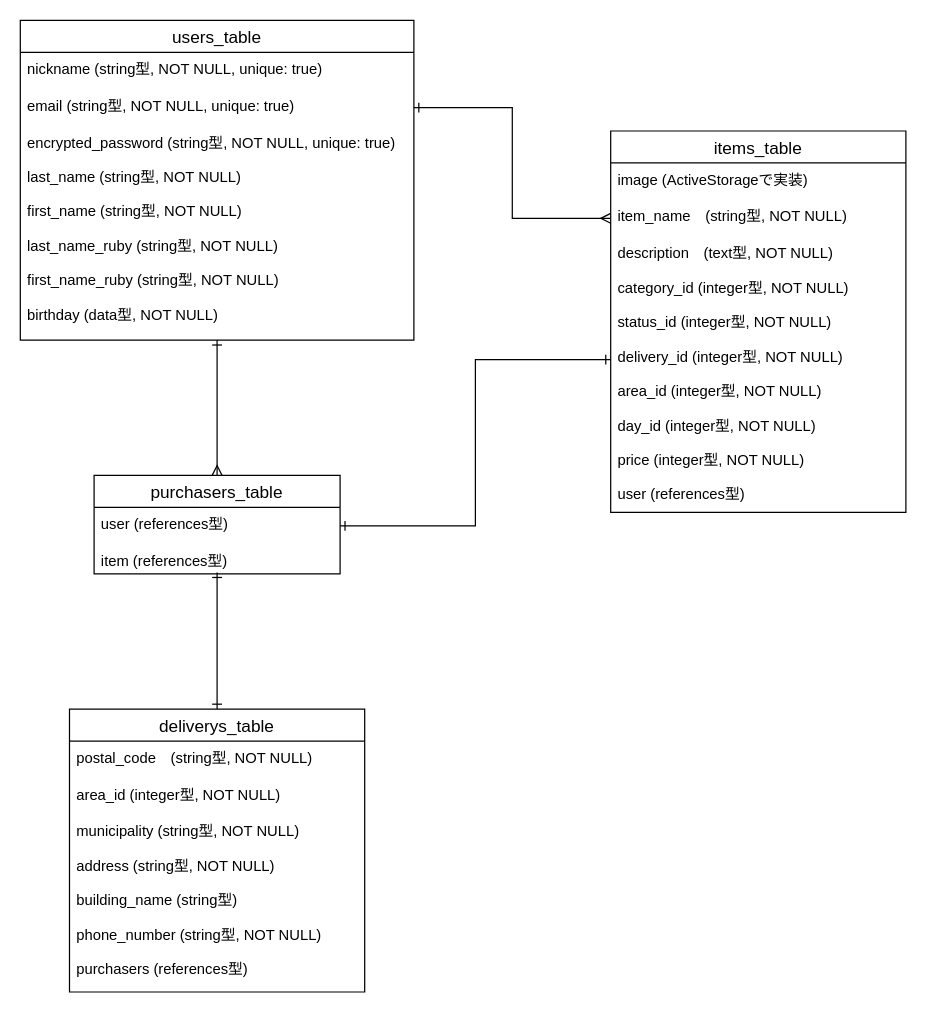
Earlier version of the draw.io diagram ER.dio (kamijohfn/furima-32861). Source tidied: cells renumbered, new cells numbered last; positions are measured from the earlier drawing's top-left corner, leaving out a move shared by most shapes. Both pictures are drawn from the tidied source at 123%, with x=0, y=0 at pixel (20, 20).
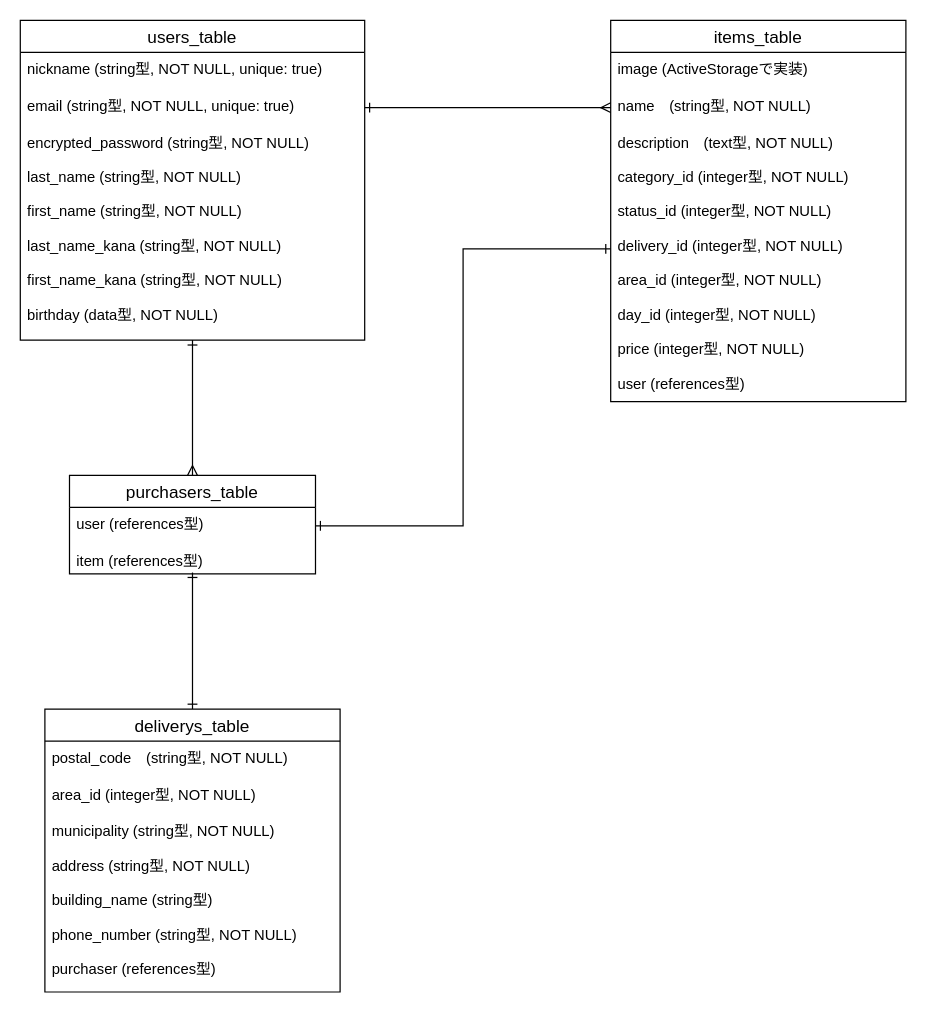
Above is the later version.

Commit message (it also covers changes not shown here):
ER図作成（修正2）

Change to the diagram source:
```diff
@@
     <mxCell id="2" value="users_table" style="swimlane;fontStyle=0;horizontal=1;startSize=26;align=center;fontSize=14;" parent="1" vertex="1">
-      <mxGeometry width="320" height="260" as="geometry" />
+      <mxGeometry width="280" height="260" as="geometry" />
     </mxCell>
     <mxCell id="3" value="nickname (string型, NOT NULL, unique: true)" style="text;strokeColor=none;fillColor=none;spacingLeft=4;spacingRight=4;overflow=hidden;fontSize=12;" parent="2" vertex="1">
-      <mxGeometry y="26" width="320" height="30" as="geometry" />
+      <mxGeometry y="26" width="280" height="30" as="geometry" />
     </mxCell>
     <mxCell id="4" value="email (string型, NOT NULL, unique: true)" style="text;strokeColor=none;fillColor=none;spacingLeft=4;spacingRight=4;overflow=hidden;points=[[0,0.5],[1,0.5]];portConstraint=eastwest;fontSize=12;" parent="2" vertex="1">
-      <mxGeometry y="56" width="320" height="30" as="geometry" />
+      <mxGeometry y="56" width="280" height="30" as="geometry" />
     </mxCell>
-    <mxCell id="5" value="encrypted_password (string型, NOT NULL, unique: true)&#10;&#10;last_name (string型, NOT NULL)&#10;&#10;first_name (string型, NOT NULL)&#10;&#10;last_name_ruby (string型, NOT NULL)&#10;&#10;first_name_ruby (string型, NOT NULL)&#10;&#10;birthday (data型, NOT NULL)" style="text;strokeColor=none;fillColor=none;spacingLeft=4;spacingRight=4;overflow=hidden;fontSize=12;" parent="2" vertex="1">
-      <mxGeometry y="86" width="320" height="174" as="geometry" />
+    <mxCell id="5" value="encrypted_password (string型, NOT NULL)&#10;&#10;last_name (string型, NOT NULL)&#10;&#10;first_name (string型, NOT NULL)&#10;&#10;last_name_kana (string型, NOT NULL)&#10;&#10;first_name_kana (string型, NOT NULL)&#10;&#10;birthday (data型, NOT NULL)" style="text;strokeColor=none;fillColor=none;spacingLeft=4;spacingRight=4;overflow=hidden;fontSize=12;" parent="2" vertex="1">
+      <mxGeometry y="86" width="280" height="174" as="geometry" />
     </mxCell>
     <mxCell id="6" value="items_table" style="swimlane;fontStyle=0;horizontal=1;startSize=26;align=center;fontSize=14;" parent="1" vertex="1">
-      <mxGeometry x="480" y="90" width="240" height="310" as="geometry" />
+      <mxGeometry x="480" width="240" height="310" as="geometry" />
     </mxCell>
@@
-    <mxCell id="8" value="item_name　(string型, NOT NULL)" style="text;strokeColor=none;fillColor=none;spacingLeft=4;spacingRight=4;overflow=hidden;points=[[0,0.5],[1,0.5]];portConstraint=eastwest;fontSize=12;" parent="6" vertex="1">
+    <mxCell id="8" value="name　(string型, NOT NULL)" style="text;strokeColor=none;fillColor=none;spacingLeft=4;spacingRight=4;overflow=hidden;points=[[0,0.5],[1,0.5]];portConstraint=eastwest;fontSize=12;" parent="6" vertex="1">
       <mxGeometry y="56" width="240" height="30" as="geometry" />
     </mxCell>
@@
     <mxCell id="11" value="purchasers_table" style="swimlane;fontStyle=0;horizontal=1;startSize=26;align=center;fontSize=14;" parent="1" vertex="1">
-      <mxGeometry x="60" y="370" width="200" height="80" as="geometry" />
+      <mxGeometry x="40" y="370" width="200" height="80" as="geometry" />
     </mxCell>
@@
     <mxCell id="15" value="deliverys_table" style="swimlane;fontStyle=0;horizontal=1;startSize=26;align=center;fontSize=14;" parent="1" vertex="1">
-      <mxGeometry x="40" y="560" width="240" height="230" as="geometry" />
+      <mxGeometry x="20" y="560" width="240" height="230" as="geometry" />
     </mxCell>
@@
-    <mxCell id="18" value="municipality (string型, NOT NULL)&#10;&#10;address (string型, NOT NULL)&#10;&#10;building_name (string型)&#10;&#10;phone_number (string型, NOT NULL)&#10;&#10;purchasers (references型)" style="text;strokeColor=none;fillColor=none;spacingLeft=4;spacingRight=4;overflow=hidden;fontSize=12;" parent="15" vertex="1">
+    <mxCell id="18" value="municipality (string型, NOT NULL)&#10;&#10;address (string型, NOT NULL)&#10;&#10;building_name (string型)&#10;&#10;phone_number (string型, NOT NULL)&#10;&#10;purchaser (references型)" style="text;strokeColor=none;fillColor=none;spacingLeft=4;spacingRight=4;overflow=hidden;fontSize=12;" parent="15" vertex="1">
       <mxGeometry y="86" width="240" height="144" as="geometry" />
     </mxCell>
```
